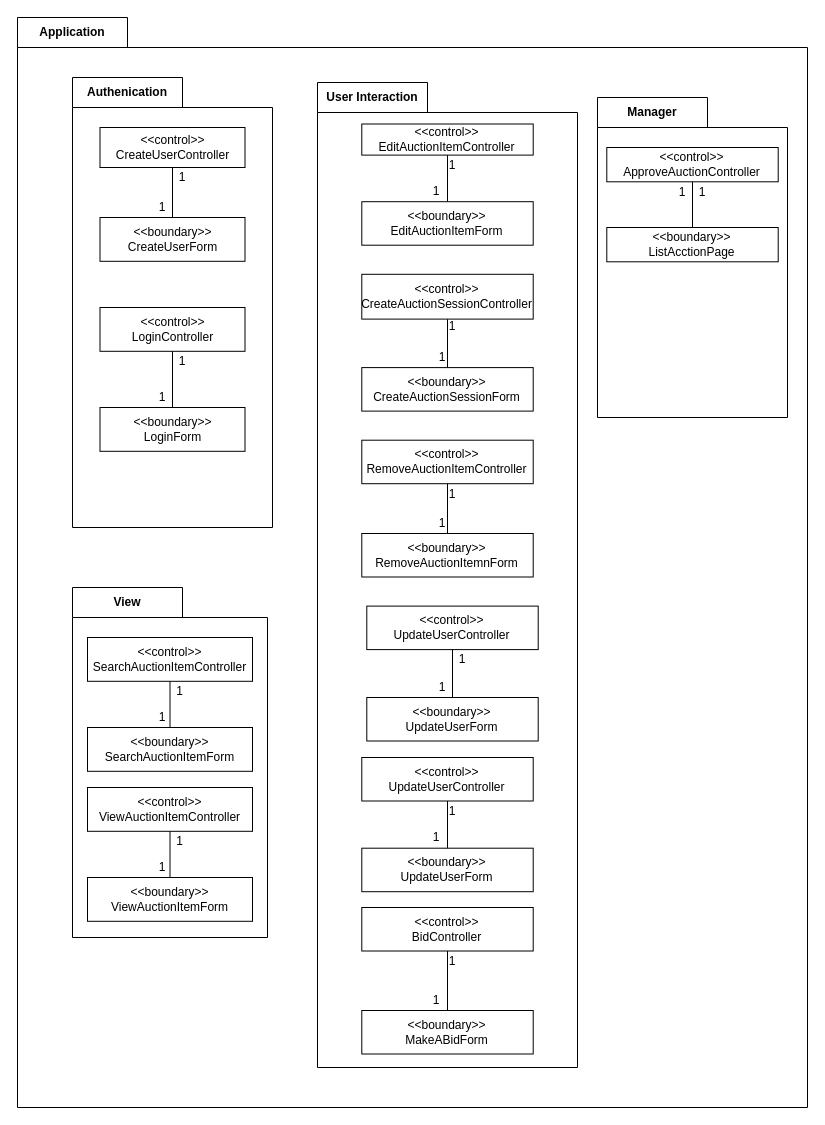
Earlier version of the draw.io diagram page "application package" (17 of 23) of ooad-usecase-model.drawio (dotruong1910/ooad). Source tidied: cells renumbered, new cells numbered last; positions are measured from the earlier drawing's top-left corner, leaving out a move shared by most shapes. Both pictures are drawn from the tidied source at 100%, with x=0, y=0 at pixel (17, 17).
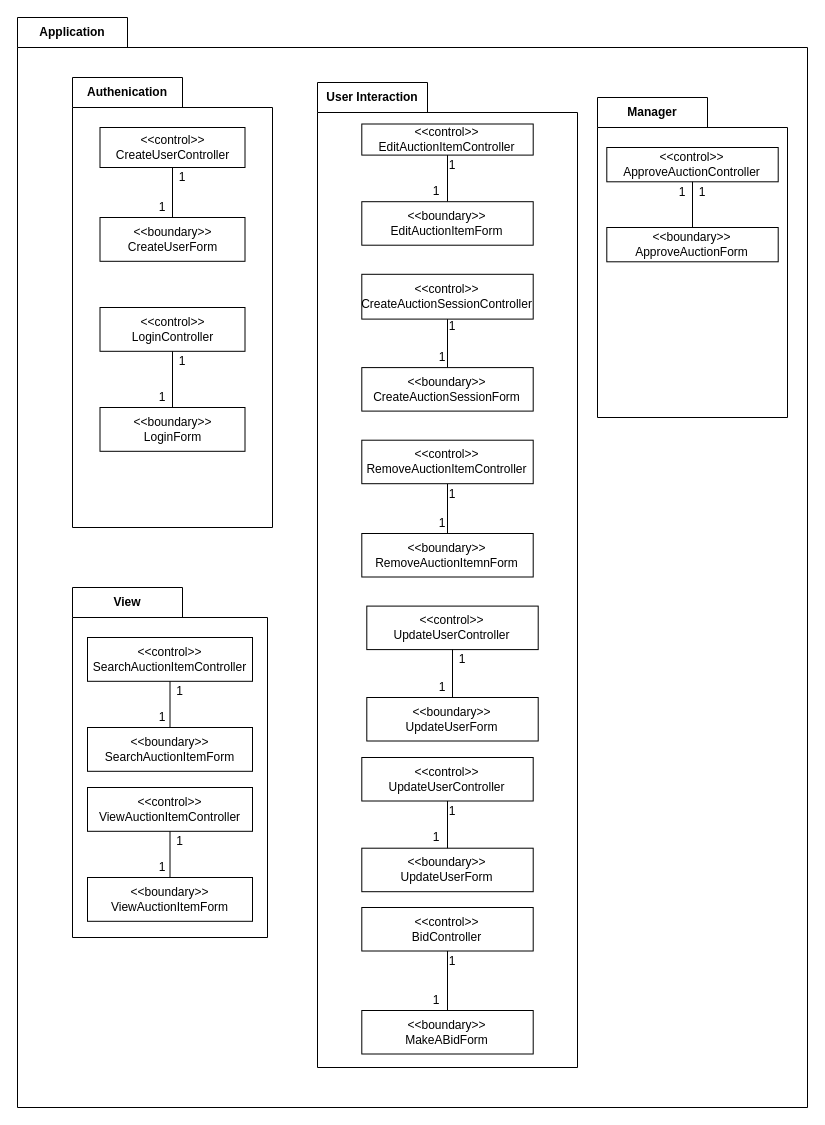
The same page after the edit.

Unchanged cells that the change refers to:
```xml
<mxCell id="57" value="Manager" style="shape=folder;fontStyle=1;tabWidth=110;tabHeight=30;tabPosition=left;html=1;boundedLbl=1;labelInHeader=1;whiteSpace=wrap;" parent="1" vertex="1">
  <mxGeometry x="580" y="80" width="190" height="320" as="geometry" />
</mxCell>
```

Change to the diagram source:
```diff
@@
-    <mxCell id="59" value="&lt;div&gt;&amp;lt;&amp;lt;boundary&amp;gt;&amp;gt;&lt;br&gt;&lt;/div&gt;&lt;div&gt;ListAcctionPage&lt;/div&gt;" style="html=1;align=center;verticalAlign=middle;dashed=0;whiteSpace=wrap;" parent="57" vertex="1">
+    <mxCell id="59" value="&lt;div&gt;&amp;lt;&amp;lt;boundary&amp;gt;&amp;gt;&lt;br&gt;&lt;/div&gt;&lt;div&gt;ApproveAuctionForm&lt;br&gt;&lt;/div&gt;" style="html=1;align=center;verticalAlign=middle;dashed=0;whiteSpace=wrap;" parent="57" vertex="1">
       <mxGeometry x="9.3" y="130" width="171.4" height="34.3" as="geometry" />
     </mxCell>
```
